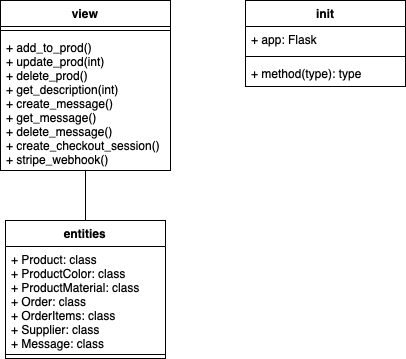
EdwardSpaeth/Cloud-Project-Group-11 keeps this draw.io diagram as documentation/images/uml_backend.png. Above is the earlier version. Source tidied: cells renumbered, new cells last; positions are measured from the earlier drawing's top-left corner, leaving out a move shared by most shapes. Its diagram source:
```xml
<mxGraphModel>
  <root>
    <mxCell id="0" />
    <mxCell id="1" parent="0" />
    <mxCell id="2" value="view" style="swimlane;fontStyle=1;align=center;verticalAlign=top;horizontal=1;startSize=26;whiteSpace=wrap;html=1;" parent="1" vertex="1">
      <mxGeometry width="170" height="170" as="geometry" />
    </mxCell>
    <mxCell id="3" style="line;strokeWidth=1;fillColor=none;align=left;verticalAlign=middle;spacingTop=-1;spacingLeft=3;spacingRight=3;labelPosition=right;strokeColor=inherit;" parent="2" vertex="1">
      <mxGeometry y="26" width="170" height="8" as="geometry" />
    </mxCell>
    <mxCell id="4" value="+ add_to_prod()&lt;div&gt;+ update_prod(int)&lt;/div&gt;&lt;div&gt;+ delete_prod()&lt;/div&gt;&lt;div&gt;+ get_description(int)&lt;/div&gt;&lt;div&gt;+ create_message()&lt;/div&gt;&lt;div&gt;+ get_message()&lt;/div&gt;&lt;div&gt;+ delete_message()&lt;/div&gt;&lt;div&gt;+ create_checkout_session()&lt;/div&gt;&lt;div&gt;+ stripe_webhook()&lt;/div&gt;&lt;div&gt;&lt;br&gt;&lt;/div&gt;" style="text;strokeColor=none;fillColor=none;align=left;verticalAlign=top;spacingLeft=4;spacingRight=4;overflow=hidden;points=[[0,0.5],[1,0.5]];portConstraint=eastwest;whiteSpace=wrap;html=1;" parent="2" vertex="1">
      <mxGeometry y="34" width="170" height="136" as="geometry" />
    </mxCell>
    <mxCell id="5" value="entities" style="swimlane;fontStyle=1;align=center;verticalAlign=top;horizontal=1;startSize=26;whiteSpace=wrap;html=1;" parent="1" vertex="1">
      <mxGeometry x="5" y="220" width="160" height="138" as="geometry" />
    </mxCell>
    <mxCell id="6" value="+ Product: class&lt;div&gt;+ ProductColor: class&lt;/div&gt;&lt;div&gt;+ ProductMaterial: class&lt;/div&gt;&lt;div&gt;+ Order: class&lt;/div&gt;&lt;div&gt;+ OrderItems: class&lt;/div&gt;&lt;div&gt;+ Supplier: class&lt;/div&gt;&lt;div&gt;+ Message: class&lt;/div&gt;" style="text;strokeColor=none;fillColor=none;align=left;verticalAlign=top;spacingLeft=4;spacingRight=4;overflow=hidden;points=[[0,0.5],[1,0.5]];portConstraint=eastwest;whiteSpace=wrap;html=1;" parent="5" vertex="1">
      <mxGeometry y="26" width="160" height="104" as="geometry" />
    </mxCell>
    <mxCell id="7" style="line;strokeWidth=1;fillColor=none;align=left;verticalAlign=middle;spacingTop=-1;spacingLeft=3;spacingRight=3;labelPosition=right;strokeColor=inherit;" parent="5" vertex="1">
      <mxGeometry y="130" width="160" height="8" as="geometry" />
    </mxCell>
    <mxCell id="8" style="endArrow=none;html=1;edgeStyle=orthogonalEdgeStyle;rounded=0;exitX=0.5;exitY=0;exitDx=0;exitDy=0;entryX=0.5;entryY=1;entryDx=0;entryDy=0;entryPerimeter=0;" parent="1" edge="1" source="5" target="4">
      <mxGeometry relative="1" as="geometry" />
    </mxCell>
    <mxCell id="9" value="init" style="swimlane;fontStyle=1;align=center;verticalAlign=top;horizontal=1;startSize=26;whiteSpace=wrap;html=1;" parent="1" vertex="1">
      <mxGeometry x="245" width="160" height="86" as="geometry" />
    </mxCell>
    <mxCell id="10" value="+ app: Flask" style="text;strokeColor=none;fillColor=none;align=left;verticalAlign=top;spacingLeft=4;spacingRight=4;overflow=hidden;whiteSpace=wrap;html=1;" parent="9" vertex="1">
      <mxGeometry y="26" width="160" height="26" as="geometry" />
    </mxCell>
    <mxCell id="11" style="line;strokeWidth=1;fillColor=none;align=left;verticalAlign=middle;spacingTop=-1;spacingLeft=3;spacingRight=3;labelPosition=right;strokeColor=inherit;" parent="9" vertex="1">
      <mxGeometry y="52" width="160" height="8" as="geometry" />
    </mxCell>
    <mxCell id="12" value="+ method(type): type" style="text;strokeColor=none;fillColor=none;align=left;verticalAlign=top;spacingLeft=4;spacingRight=4;overflow=hidden;whiteSpace=wrap;html=1;" parent="9" vertex="1">
      <mxGeometry y="60" width="160" height="26" as="geometry" />
    </mxCell>
  </root>
</mxGraphModel>
```
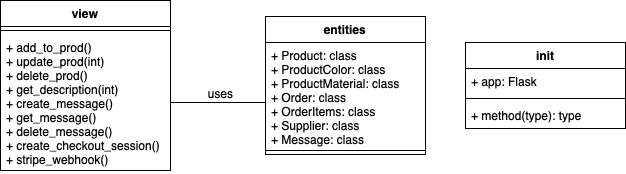
After the commit.

Commit message:
fixed the issue of wrong alignment of images

What changed in the source:
```diff
@@ -12,7 +12,7 @@
       <mxGeometry y="34" width="170" height="136" as="geometry" />
     </mxCell>
     <mxCell id="5" value="entities" style="swimlane;fontStyle=1;align=center;verticalAlign=top;horizontal=1;startSize=26;whiteSpace=wrap;html=1;" parent="1" vertex="1">
-      <mxGeometry x="5" y="220" width="160" height="138" as="geometry" />
+      <mxGeometry x="265" y="16" width="160" height="138" as="geometry" />
     </mxCell>
     <mxCell id="6" value="+ Product: class&lt;div&gt;+ ProductColor: class&lt;/div&gt;&lt;div&gt;+ ProductMaterial: class&lt;/div&gt;&lt;div&gt;+ Order: class&lt;/div&gt;&lt;div&gt;+ OrderItems: class&lt;/div&gt;&lt;div&gt;+ Supplier: class&lt;/div&gt;&lt;div&gt;+ Message: class&lt;/div&gt;" style="text;strokeColor=none;fillColor=none;align=left;verticalAlign=top;spacingLeft=4;spacingRight=4;overflow=hidden;points=[[0,0.5],[1,0.5]];portConstraint=eastwest;whiteSpace=wrap;html=1;" parent="5" vertex="1">
       <mxGeometry y="26" width="160" height="104" as="geometry" />
@@ -20,11 +20,16 @@
     <mxCell id="7" style="line;strokeWidth=1;fillColor=none;align=left;verticalAlign=middle;spacingTop=-1;spacingLeft=3;spacingRight=3;labelPosition=right;strokeColor=inherit;" parent="5" vertex="1">
       <mxGeometry y="130" width="160" height="8" as="geometry" />
     </mxCell>
-    <mxCell id="8" style="endArrow=none;html=1;edgeStyle=orthogonalEdgeStyle;rounded=0;exitX=0.5;exitY=0;exitDx=0;exitDy=0;entryX=0.5;entryY=1;entryDx=0;entryDy=0;entryPerimeter=0;" parent="1" edge="1" source="5" target="4">
-      <mxGeometry relative="1" as="geometry" />
+    <mxCell id="8" style="endArrow=none;html=1;edgeStyle=orthogonalEdgeStyle;rounded=0;entryX=1;entryY=0.5;entryDx=0;entryDy=0;exitX=0;exitY=0.5;exitDx=0;exitDy=0;" parent="1" edge="1" source="6" target="4">
+      <mxGeometry relative="1" as="geometry">
+        <Array as="points">
+          <mxPoint x="265" y="98" />
+          <mxPoint x="265" y="102" />
+        </Array>
+      </mxGeometry>
     </mxCell>
     <mxCell id="9" value="init" style="swimlane;fontStyle=1;align=center;verticalAlign=top;horizontal=1;startSize=26;whiteSpace=wrap;html=1;" parent="1" vertex="1">
-      <mxGeometry x="245" width="160" height="86" as="geometry" />
+      <mxGeometry x="465" y="42" width="160" height="86" as="geometry" />
     </mxCell>
     <mxCell id="10" value="+ app: Flask" style="text;strokeColor=none;fillColor=none;align=left;verticalAlign=top;spacingLeft=4;spacingRight=4;overflow=hidden;whiteSpace=wrap;html=1;" parent="9" vertex="1">
       <mxGeometry y="26" width="160" height="26" as="geometry" />
@@ -35,5 +40,8 @@
     <mxCell id="12" value="+ method(type): type" style="text;strokeColor=none;fillColor=none;align=left;verticalAlign=top;spacingLeft=4;spacingRight=4;overflow=hidden;whiteSpace=wrap;html=1;" parent="9" vertex="1">
       <mxGeometry y="60" width="160" height="26" as="geometry" />
     </mxCell>
+    <mxCell id="13" value="uses" style="text;html=1;align=center;verticalAlign=middle;strokeColor=none;fillColor=none;" parent="1" vertex="1">
+      <mxGeometry x="195" y="78" width="50" height="30" as="geometry" />
+    </mxCell>
   </root>
 </mxGraphModel>
```
